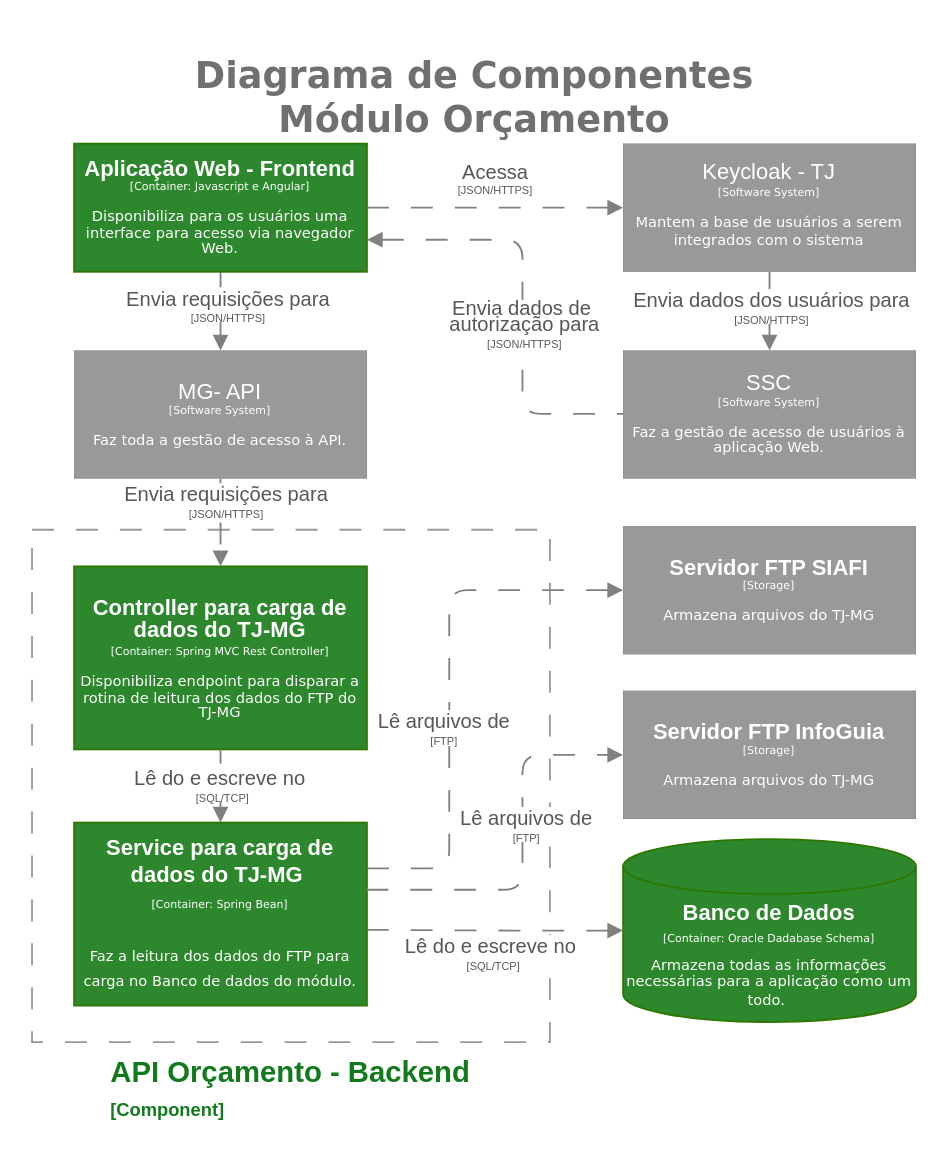
Before: drawio/Diagrama Components Orçamentário v1.drawio in vitorecdias/drawio, a draw.io diagram. Source tidied: cells renumbered, new cells numbered last; positions are measured from the earlier drawing's top-left corner, leaving out a move shared by most shapes. Both pictures are drawn from the tidied source at 183%, with x=0, y=0 at pixel (31, 49).
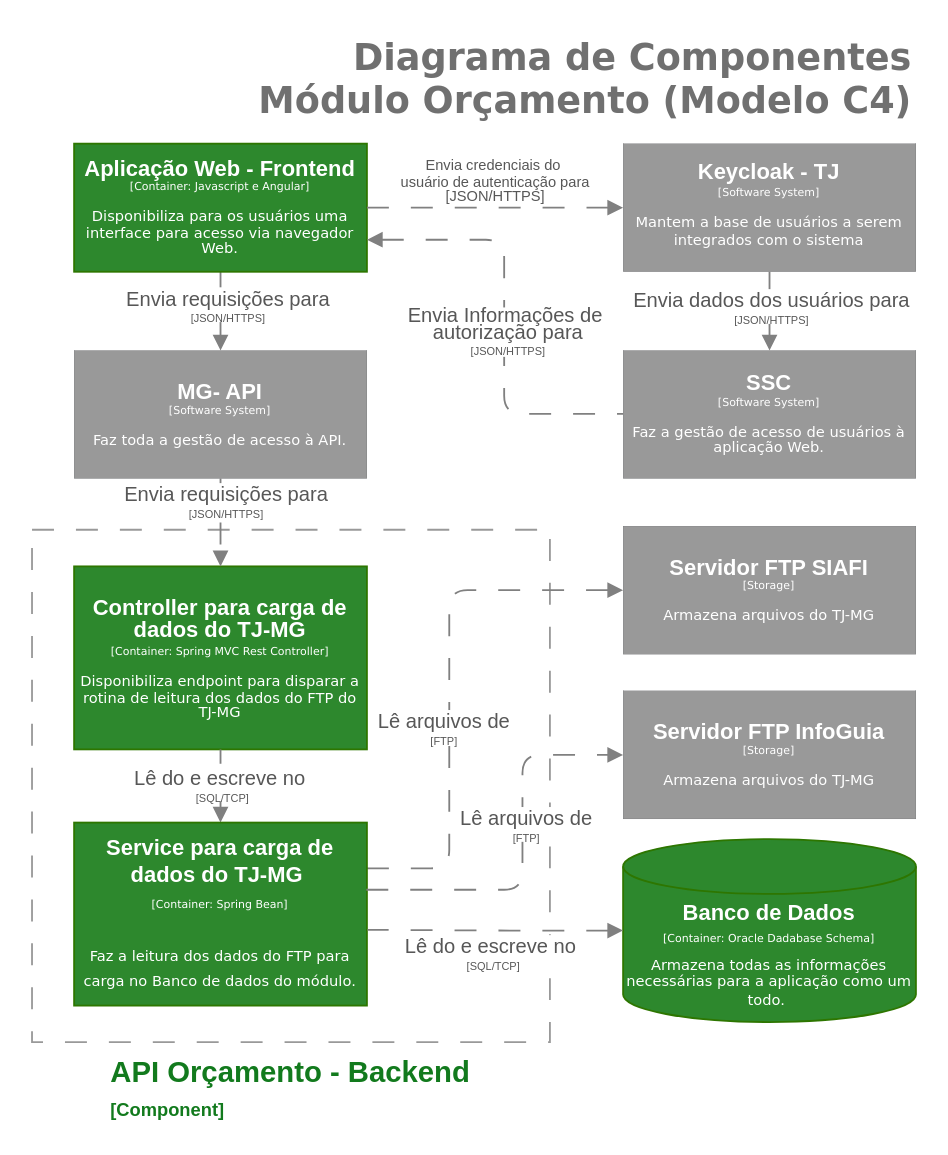
After the change.

The change refers to these unchanged cells:
```xml
<mxCell id="6" value="&lt;div style=&quot;line-height: 70%;&quot;&gt;&lt;font&gt;&lt;b&gt;Aplicação Web - Frontend&lt;/b&gt;&lt;/font&gt;&lt;div&gt;&lt;font face=&quot;Verdana&quot; style=&quot;font-size: 6px; line-height: 70%;&quot;&gt;[Container: Javascript e Angular]&lt;/font&gt;&lt;/div&gt;&lt;div&gt;&lt;font face=&quot;Verdana&quot; style=&quot;font-size: 6px; line-height: 70%;&quot;&gt;&lt;br&gt;&lt;/font&gt;&lt;/div&gt;&lt;div&gt;&lt;font face=&quot;Verdana&quot; style=&quot;line-height: 70%; font-size: 8px;&quot;&gt;Disponibiliza para os usuários uma interface para acesso via navegador Web.&lt;/font&gt;&lt;/div&gt;&lt;/div&gt;" style="rounded=0;whiteSpace=wrap;html=1;fillColor=#2D882D;fontColor=#ffffff;strokeColor=#2D7600;" parent="1" vertex="1">
  <mxGeometry x="23" y="51" width="160" height="70" as="geometry" />
</mxCell>
<mxCell id="15" style="edgeStyle=orthogonalEdgeStyle;rounded=1;jettySize=auto;html=1;curved=0;strokeColor=light-dark(#808080, #ededed);dashed=1;dashPattern=12 12;exitX=1;exitY=0.5;exitDx=0;exitDy=0;endArrow=block;endFill=1;startArrow=none;startFill=0;entryX=0;entryY=0.5;entryDx=0;entryDy=0;" parent="1" edge="1" source="6" target="17">
  <mxGeometry relative="1" as="geometry" />
</mxCell>
```

What changed in the source:
```diff
@@
-    <mxCell id="2" value="&lt;font face=&quot;Verdana&quot; style=&quot;font-size: 20px; color: rgb(112, 112, 112);&quot;&gt;&lt;b&gt;Diagrama de Componentes&lt;br&gt;Módulo Orçamento&lt;/b&gt;&lt;/font&gt;" style="text;html=1;align=center;verticalAlign=middle;whiteSpace=wrap;rounded=0;" parent="1" vertex="1">
-      <mxGeometry x="77" width="330" height="50" as="geometry" />
+    <mxCell id="2" value="&lt;font face=&quot;Verdana&quot; style=&quot;font-size: 20px; color: rgb(112, 112, 112);&quot;&gt;&lt;b&gt;Diagrama de Componentes&lt;br&gt;Módulo Orçamento (Modelo C4)&lt;/b&gt;&lt;/font&gt;" style="text;html=1;align=right;verticalAlign=middle;whiteSpace=wrap;rounded=0;" parent="1" vertex="1">
+      <mxGeometry x="104" y="-10" width="379" height="50" as="geometry" />
     </mxCell>
@@
-    <mxCell id="8" value="&lt;div style=&quot;line-height: 70%;&quot;&gt;SSC&lt;br&gt;&lt;div&gt;&lt;font style=&quot;font-size: 6px; line-height: 70%;&quot; face=&quot;Verdana&quot;&gt;[Software System]&lt;/font&gt;&lt;/div&gt;&lt;div&gt;&lt;font style=&quot;font-size: 6px; line-height: 70%;&quot; face=&quot;Verdana&quot;&gt;&lt;br&gt;&lt;/font&gt;&lt;/div&gt;&lt;div&gt;&lt;font style=&quot;line-height: 70%; font-size: 8px;&quot; face=&quot;Verdana&quot;&gt;Faz a gestão de acesso de usuários à aplicação Web.&lt;/font&gt;&lt;/div&gt;&lt;/div&gt;" style="rounded=0;whiteSpace=wrap;html=1;fillColor=light-dark(#999999,#515151);strokeColor=#36393d;fontColor=#FFFFFF;strokeWidth=0;" parent="1" vertex="1">
+    <mxCell id="8" value="&lt;div style=&quot;line-height: 70%;&quot;&gt;&lt;b&gt;SSC&lt;br&gt;&lt;/b&gt;&lt;div&gt;&lt;font style=&quot;font-size: 6px; line-height: 70%;&quot; face=&quot;Verdana&quot;&gt;[Software System]&lt;/font&gt;&lt;/div&gt;&lt;div&gt;&lt;font style=&quot;font-size: 6px; line-height: 70%;&quot; face=&quot;Verdana&quot;&gt;&lt;br&gt;&lt;/font&gt;&lt;/div&gt;&lt;div&gt;&lt;font style=&quot;line-height: 70%; font-size: 8px;&quot; face=&quot;Verdana&quot;&gt;Faz a gestão de acesso de usuários à aplicação Web.&lt;/font&gt;&lt;/div&gt;&lt;/div&gt;" style="rounded=0;whiteSpace=wrap;html=1;fillColor=light-dark(#999999,#515151);strokeColor=#36393d;fontColor=#FFFFFF;strokeWidth=0;" parent="1" vertex="1">
       <mxGeometry x="323" y="164" width="160" height="70" as="geometry" />
     </mxCell>
@@
-    <mxCell id="10" value="&lt;div style=&quot;line-height: 70%;&quot;&gt;&lt;div&gt;&lt;font style=&quot;line-height: 70%;&quot;&gt;MG- API&lt;/font&gt;&lt;/div&gt;&lt;div&gt;&lt;font style=&quot;font-size: 6px; line-height: 70%;&quot; face=&quot;Verdana&quot;&gt;[Software System]&lt;/font&gt;&lt;/div&gt;&lt;div&gt;&lt;font style=&quot;font-size: 6px; line-height: 70%;&quot; face=&quot;Verdana&quot;&gt;&lt;br&gt;&lt;/font&gt;&lt;/div&gt;&lt;div&gt;&lt;font style=&quot;line-height: 70%; font-size: 8px;&quot; face=&quot;Verdana&quot;&gt;Faz toda a gestão de acesso à API.&lt;/font&gt;&lt;/div&gt;&lt;/div&gt;" style="rounded=0;whiteSpace=wrap;html=1;fillColor=light-dark(#999999,#515151);strokeColor=#36393d;fontColor=#FFFFFF;strokeWidth=0;" parent="1" vertex="1">
+    <mxCell id="10" value="&lt;div style=&quot;line-height: 70%;&quot;&gt;&lt;div&gt;&lt;font style=&quot;line-height: 70%;&quot;&gt;&lt;b&gt;MG- API&lt;/b&gt;&lt;/font&gt;&lt;/div&gt;&lt;div&gt;&lt;font style=&quot;font-size: 6px; line-height: 70%;&quot; face=&quot;Verdana&quot;&gt;[Software System]&lt;/font&gt;&lt;/div&gt;&lt;div&gt;&lt;font style=&quot;font-size: 6px; line-height: 70%;&quot; face=&quot;Verdana&quot;&gt;&lt;br&gt;&lt;/font&gt;&lt;/div&gt;&lt;div&gt;&lt;font style=&quot;line-height: 70%; font-size: 8px;&quot; face=&quot;Verdana&quot;&gt;Faz toda a gestão de acesso à API.&lt;/font&gt;&lt;/div&gt;&lt;/div&gt;" style="rounded=0;whiteSpace=wrap;html=1;fillColor=light-dark(#999999,#515151);strokeColor=#36393d;fontColor=#FFFFFF;strokeWidth=0;" parent="1" vertex="1">
       <mxGeometry x="23" y="164" width="160" height="70" as="geometry" />
     </mxCell>
@@
-    <mxCell id="16" value="&lt;div style=&quot;line-height: 70%;&quot;&gt;&lt;div&gt;&lt;font style=&quot;color: rgb(87, 87, 87);&quot;&gt;Acessa&lt;/font&gt;&lt;/div&gt;&lt;div&gt;&lt;font style=&quot;font-size: 6px; color: rgb(87, 87, 87); line-height: 70%;&quot;&gt;[JSON/HTTPS]&lt;/font&gt;&lt;/div&gt;&lt;/div&gt;" style="edgeLabel;html=1;align=center;verticalAlign=middle;" parent="15" vertex="1">
+    <mxCell id="16" value="&lt;div style=&quot;line-height: 70%;&quot;&gt;&lt;div&gt;&lt;font style=&quot;color: rgb(87, 87, 87); font-size: 8px;&quot;&gt;Envia credenciais do&amp;nbsp;&lt;/font&gt;&lt;/div&gt;&lt;div&gt;&lt;font style=&quot;color: rgb(87, 87, 87); font-size: 8px;&quot;&gt;usuário de autenticação para&lt;/font&gt;&lt;/div&gt;&lt;div&gt;&lt;font style=&quot;color: rgb(87, 87, 87); line-height: 70%; font-size: 8px;&quot;&gt;[JSON/HTTPS]&lt;/font&gt;&lt;/div&gt;&lt;/div&gt;" style="edgeLabel;html=1;align=center;verticalAlign=middle;" parent="15" vertex="1">
       <mxGeometry x="-0.14" relative="1" as="geometry">
         <mxPoint x="9" y="-16" as="offset" />
       </mxGeometry>
     </mxCell>
-    <mxCell id="17" value="&lt;div style=&quot;line-height: 70%;&quot;&gt;Keycloak - TJ&lt;br&gt;&lt;div&gt;&lt;font style=&quot;font-size: 6px; line-height: 70%;&quot; face=&quot;Verdana&quot;&gt;[Software System]&lt;/font&gt;&lt;/div&gt;&lt;div&gt;&lt;font style=&quot;font-size: 6px; line-height: 70%;&quot; face=&quot;Verdana&quot;&gt;&lt;br&gt;&lt;/font&gt;&lt;/div&gt;&lt;div&gt;&lt;font face=&quot;Verdana&quot;&gt;&lt;span style=&quot;font-size: 8px;&quot;&gt;Mantem a base de usuários a serem integrados com o sistema&lt;/span&gt;&lt;/font&gt;&lt;/div&gt;&lt;/div&gt;" style="rounded=0;whiteSpace=wrap;html=1;fillColor=light-dark(#999999,#515151);strokeColor=#36393d;fontColor=#FFFFFF;strokeWidth=0;" parent="1" vertex="1">
+    <mxCell id="17" value="&lt;div style=&quot;line-height: 70%;&quot;&gt;&lt;b&gt;Keycloak - TJ&lt;br&gt;&lt;/b&gt;&lt;div&gt;&lt;font style=&quot;font-size: 6px; line-height: 70%;&quot; face=&quot;Verdana&quot;&gt;[Software System]&lt;/font&gt;&lt;/div&gt;&lt;div&gt;&lt;font style=&quot;font-size: 6px; line-height: 70%;&quot; face=&quot;Verdana&quot;&gt;&lt;br&gt;&lt;/font&gt;&lt;/div&gt;&lt;div&gt;&lt;font face=&quot;Verdana&quot;&gt;&lt;span style=&quot;font-size: 8px;&quot;&gt;Mantem a base de usuários a serem integrados com o sistema&lt;/span&gt;&lt;/font&gt;&lt;/div&gt;&lt;/div&gt;" style="rounded=0;whiteSpace=wrap;html=1;fillColor=light-dark(#999999,#515151);strokeColor=#36393d;fontColor=#FFFFFF;strokeWidth=0;" parent="1" vertex="1">
       <mxGeometry x="323" y="51" width="160" height="70" as="geometry" />
     </mxCell>
@@
     <mxCell id="26" style="edgeStyle=orthogonalEdgeStyle;rounded=1;jettySize=auto;html=1;curved=0;strokeColor=light-dark(#808080, #ededed);dashed=1;dashPattern=12 12;exitX=1;exitY=0.75;exitDx=0;exitDy=0;endArrow=none;endFill=1;startArrow=block;startFill=1;entryX=0;entryY=0.5;entryDx=0;entryDy=0;" parent="1" edge="1" source="6">
       <mxGeometry relative="1" as="geometry">
         <mxPoint x="323" y="198.7" as="targetPoint" />
         <Array as="points">
-          <mxPoint x="268" y="104" />
-          <mxPoint x="268" y="199" />
+          <mxPoint x="258" y="104" />
+          <mxPoint x="258" y="199" />
         </Array>
       </mxGeometry>
     </mxCell>
-    <mxCell id="27" value="&lt;div style=&quot;line-height: 80%;&quot;&gt;&lt;div&gt;&lt;font style=&quot;color: rgb(87, 87, 87);&quot;&gt;Envia dados de&amp;nbsp;&lt;/font&gt;&lt;/div&gt;&lt;div&gt;&lt;font style=&quot;color: rgb(87, 87, 87);&quot;&gt;autorização para&lt;/font&gt;&lt;/div&gt;&lt;div&gt;&lt;font style=&quot;font-size: 6px; color: rgb(87, 87, 87); line-height: 80%;&quot;&gt;[JSON/HTTPS]&lt;/font&gt;&lt;/div&gt;&lt;/div&gt;" style="edgeLabel;html=1;align=center;verticalAlign=middle;" parent="26" vertex="1">
+    <mxCell id="27" value="&lt;div style=&quot;line-height: 80%;&quot;&gt;&lt;div&gt;&lt;font style=&quot;color: rgb(87, 87, 87);&quot;&gt;Envia Informações de&amp;nbsp;&lt;/font&gt;&lt;/div&gt;&lt;div&gt;&lt;font style=&quot;color: rgb(87, 87, 87);&quot;&gt;autorização para&lt;/font&gt;&lt;/div&gt;&lt;div&gt;&lt;font style=&quot;font-size: 6px; color: rgb(87, 87, 87); line-height: 80%;&quot;&gt;[JSON/HTTPS]&lt;/font&gt;&lt;/div&gt;&lt;/div&gt;" style="edgeLabel;html=1;align=center;verticalAlign=middle;" parent="26" vertex="1">
       <mxGeometry x="-0.14" relative="1" as="geometry">
-        <mxPoint y="30" as="offset" />
+        <mxPoint x="1" y="24" as="offset" />
       </mxGeometry>
     </mxCell>
```
